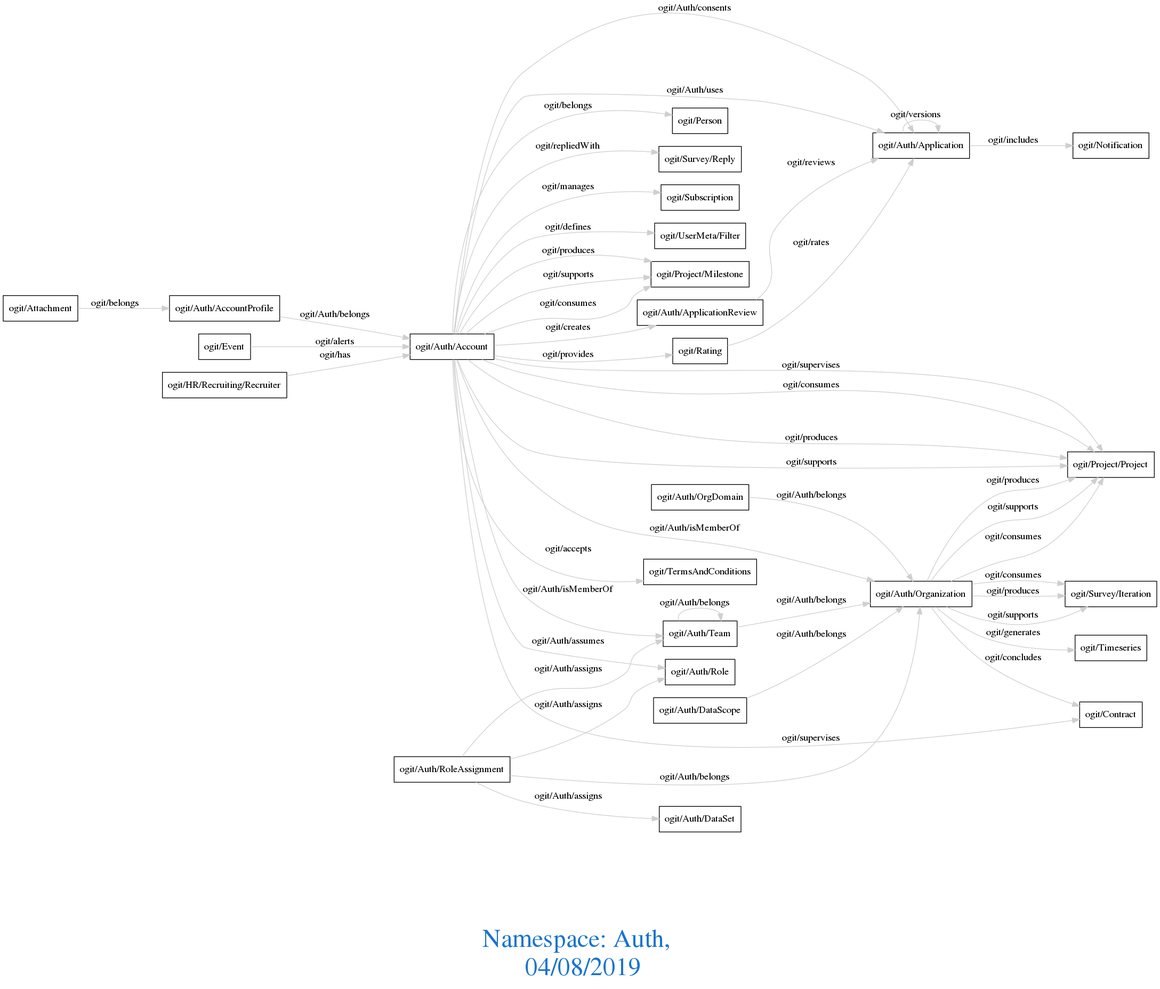
Above: downloads/Auth.png in arago/OGIT (Graphviz), before the change. Its source is kept beside it as downloads/Auth.dot.
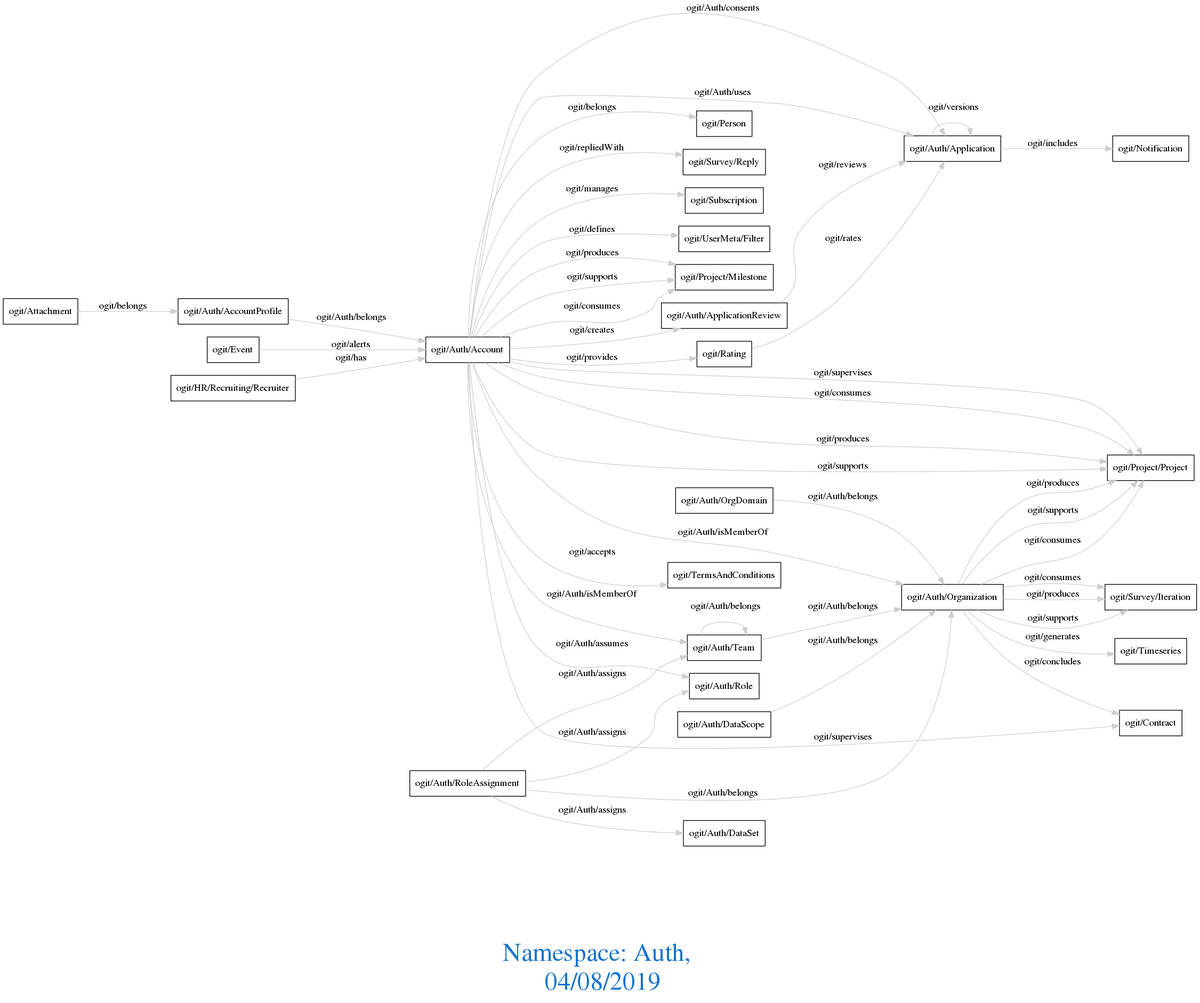
After the commit.

What changed in the source:
```diff
@@ -1,51 +1,54 @@
 digraph OGIT_ontology {
- graph [ rankdir= LR,fontsize = 36,
+ graph [ rankdir= LR,compound=true
+fontsize = 36,
 fontcolor= dodgerblue3,label = "\n\n\nNamespace: Auth, \n 04/08/2019"];
 node[shape=polygon];
 edge [  color="gray81"];
 
-   "ogit/Auth/Account" -> "ogit/Subscription" [label="ogit/manages    "];
-   "ogit/Auth/Account" -> "ogit/UserMeta/Filter" [label="ogit/defines    "];
-   "ogit/Auth/AccountProfile" -> "ogit/Auth/Account" [label="ogit/Auth/belongs    "];
-   "ogit/Auth/DataScope" -> "ogit/Auth/Organization" [label="ogit/Auth/belongs    "];
-   "ogit/Auth/OrgDomain" -> "ogit/Auth/Organization" [label="ogit/Auth/belongs    "];
-   "ogit/Auth/RoleAssignment" -> "ogit/Auth/Organization" [label="ogit/Auth/belongs    "];
-   "ogit/Auth/Team" -> "ogit/Auth/Team" [label="ogit/Auth/belongs    "];
-   "ogit/Auth/Team" -> "ogit/Auth/Organization" [label="ogit/Auth/belongs    "];
-   "ogit/Auth/Organization" -> "ogit/Contract" [label="ogit/concludes    "];
-   "ogit/Auth/Account" -> "ogit/Project/Milestone" [label="ogit/supports    "];
-   "ogit/Auth/Account" -> "ogit/Project/Project" [label="ogit/supports    "];
-   "ogit/Auth/Organization" -> "ogit/Project/Project" [label="ogit/supports    "];
-   "ogit/Auth/Organization" -> "ogit/Survey/Iteration" [label="ogit/supports    "];
-   "ogit/Auth/Account" -> "ogit/Project/Project" [label="ogit/supervises    "];
-   "ogit/Auth/Account" -> "ogit/Contract" [label="ogit/supervises    "];
-   "ogit/Auth/Organization" -> "ogit/Timeseries" [label="ogit/generates    "];
-   "ogit/Auth/Account" -> "ogit/Project/Milestone" [label="ogit/consumes    "];
-   "ogit/Auth/Account" -> "ogit/Project/Project" [label="ogit/consumes    "];
-   "ogit/Auth/Organization" -> "ogit/Project/Project" [label="ogit/consumes    "];
-   "ogit/Auth/Organization" -> "ogit/Survey/Iteration" [label="ogit/consumes    "];
-   "ogit/Auth/Application" -> "ogit/Notification" [label="ogit/includes    "];
-   "ogit/Auth/Account" -> "ogit/Auth/Role" [label="ogit/Auth/assumes    "];
-   "ogit/Auth/Account" -> "ogit/TermsAndConditions" [label="ogit/accepts    "];
-   "ogit/Auth/Account" -> "ogit/Auth/ApplicationReview" [label="ogit/creates    "];
-   "ogit/Auth/Account" -> "ogit/Auth/Application" [label="ogit/Auth/consents    "];
-   "ogit/Auth/RoleAssignment" -> "ogit/Auth/Role" [label="ogit/Auth/assigns    "];
-   "ogit/Auth/RoleAssignment" -> "ogit/Auth/Team" [label="ogit/Auth/assigns    "];
-   "ogit/Auth/RoleAssignment" -> "ogit/Auth/DataSet" [label="ogit/Auth/assigns    "];
-   "ogit/Rating" -> "ogit/Auth/Application" [label="ogit/rates    "];
-   "ogit/Event" -> "ogit/Auth/Account" [label="ogit/alerts    "];
-   "ogit/Auth/Application" -> "ogit/Auth/Application" [label="ogit/versions    "];
-   "ogit/Auth/ApplicationReview" -> "ogit/Auth/Application" [label="ogit/reviews    "];
-   "ogit/Auth/Account" -> "ogit/Rating" [label="ogit/provides    "];
-   "ogit/Auth/Account" -> "ogit/Project/Milestone" [label="ogit/produces    "];
-   "ogit/Auth/Account" -> "ogit/Project/Project" [label="ogit/produces    "];
-   "ogit/Auth/Organization" -> "ogit/Project/Project" [label="ogit/produces    "];
-   "ogit/Auth/Organization" -> "ogit/Survey/Iteration" [label="ogit/produces    "];
-   "ogit/Auth/Account" -> "ogit/Person" [label="ogit/belongs    "];
-   "ogit/Attachment" -> "ogit/Auth/AccountProfile" [label="ogit/belongs    "];
-   "ogit/Auth/Account" -> "ogit/Auth/Organization" [label="ogit/Auth/isMemberOf    "];
-   "ogit/Auth/Account" -> "ogit/Auth/Team" [label="ogit/Auth/isMemberOf    "];
-   "ogit/Auth/Account" -> "ogit/Auth/Application" [label="ogit/Auth/uses    "];
-   "ogit/Auth/Account" -> "ogit/Survey/Reply" [label="ogit/repliedWith    "];
-   "ogit/HR/Recruiting/Recruiter" -> "ogit/Auth/Account" [label="ogit/has    "];
+   "ogit/Auth/Account" -> "ogit/Subscription" [label="   ogit/manages    "];
+   "ogit/Auth/Account" -> "ogit/UserMeta/Filter" [label="   ogit/defines    "];
+   "ogit/Auth/AccountProfile" -> "ogit/Auth/Account" [label="   ogit/Auth/belongs    "];
+   "ogit/Auth/DataScope" -> "ogit/Auth/Organization" [label="   ogit/Auth/belongs    "];
+   "ogit/Auth/OrgDomain" -> "ogit/Auth/Organization" [label="   ogit/Auth/belongs    "];
+   "ogit/Auth/RoleAssignment" -> "ogit/Auth/Organization" [label="   ogit/Auth/belongs    "];
+   "ogit/Auth/Team" -> "ogit/Auth/Team" [label="   ogit/Auth/belongs
+  "];
+   "ogit/Auth/Team" -> "ogit/Auth/Organization" [label="   ogit/Auth/belongs    "];
+   "ogit/Auth/Organization" -> "ogit/Contract" [label="   ogit/concludes    "];
+   "ogit/Auth/Account" -> "ogit/Project/Milestone" [label="   ogit/supports    "];
+   "ogit/Auth/Account" -> "ogit/Project/Project" [label="   ogit/supports    "];
+   "ogit/Auth/Organization" -> "ogit/Project/Project" [label="   ogit/supports    "];
+   "ogit/Auth/Organization" -> "ogit/Survey/Iteration" [label="   ogit/supports    "];
+   "ogit/Auth/Account" -> "ogit/Project/Project" [label="   ogit/supervises    "];
+   "ogit/Auth/Account" -> "ogit/Contract" [label="   ogit/supervises    "];
+   "ogit/Auth/Organization" -> "ogit/Timeseries" [label="   ogit/generates    "];
+   "ogit/Auth/Account" -> "ogit/Project/Milestone" [label="   ogit/consumes    "];
+   "ogit/Auth/Account" -> "ogit/Project/Project" [label="   ogit/consumes    "];
+   "ogit/Auth/Organization" -> "ogit/Project/Project" [label="   ogit/consumes    "];
+   "ogit/Auth/Organization" -> "ogit/Survey/Iteration" [label="   ogit/consumes    "];
+   "ogit/Auth/Application" -> "ogit/Notification" [label="   ogit/includes    "];
+   "ogit/Auth/Account" -> "ogit/Auth/Role" [label="   ogit/Auth/assumes    "];
+   "ogit/Auth/Account" -> "ogit/TermsAndConditions" [label="   ogit/accepts    "];
+   "ogit/Auth/Account" -> "ogit/Auth/ApplicationReview" [label="   ogit/creates    "];
+   "ogit/Auth/Account" -> "ogit/Auth/Application" [label="   ogit/Auth/consents    "];
+   "ogit/Auth/RoleAssignment" -> "ogit/Auth/Role" [label="   ogit/Auth/assigns    "];
+   "ogit/Auth/RoleAssignment" -> "ogit/Auth/Team" [label="   ogit/Auth/assigns    "];
+   "ogit/Auth/RoleAssignment" -> "ogit/Auth/DataSet" [label="   ogit/Auth/assigns    "];
+   "ogit/Rating" -> "ogit/Auth/Application" [label="   ogit/rates    "];
+   "ogit/Event" -> "ogit/Auth/Account" [label="   ogit/alerts    "];
+   "ogit/Auth/Application" -> "ogit/Auth/Application" [label="   ogit/versions
+  "];
+   "ogit/Auth/ApplicationReview" -> "ogit/Auth/Application" [label="   ogit/reviews    "];
+   "ogit/Auth/Account" -> "ogit/Rating" [label="   ogit/provides    "];
+   "ogit/Auth/Account" -> "ogit/Project/Milestone" [label="   ogit/produces    "];
+   "ogit/Auth/Account" -> "ogit/Project/Project" [label="   ogit/produces    "];
+   "ogit/Auth/Organization" -> "ogit/Project/Project" [label="   ogit/produces    "];
+   "ogit/Auth/Organization" -> "ogit/Survey/Iteration" [label="   ogit/produces    "];
+   "ogit/Auth/Account" -> "ogit/Person" [label="   ogit/belongs    "];
+   "ogit/Attachment" -> "ogit/Auth/AccountProfile" [label="   ogit/belongs    "];
+   "ogit/Auth/Account" -> "ogit/Auth/Organization" [label="   ogit/Auth/isMemberOf    "];
+   "ogit/Auth/Account" -> "ogit/Auth/Team" [label="   ogit/Auth/isMemberOf    "];
+   "ogit/Auth/Account" -> "ogit/Auth/Application" [label="   ogit/Auth/uses    "];
+   "ogit/Auth/Account" -> "ogit/Survey/Reply" [label="   ogit/repliedWith    "];
+   "ogit/HR/Recruiting/Recruiter" -> "ogit/Auth/Account" [label="   ogit/has    "];
 }
```
